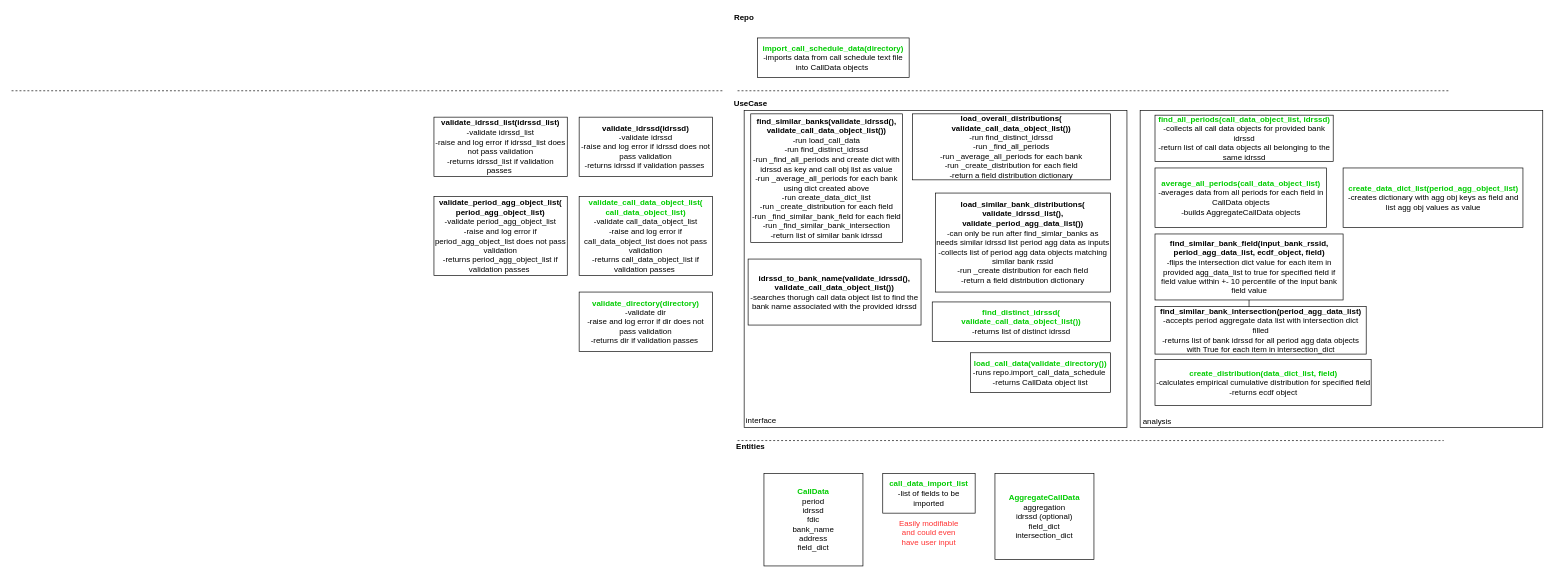
This is page "architecture" (1 of 5) of architecture/bank_like_x_architecture.drawio from JasonBrauer/banklikex, a draw.io file, before an edit. Source tidied: cells renumbered, new cells numbered last; positions are measured from the earlier drawing's top-left corner, leaving out a move shared by most shapes. Both pictures are drawn from the tidied source at 66%, with x=0, y=0 at pixel (11, 11).
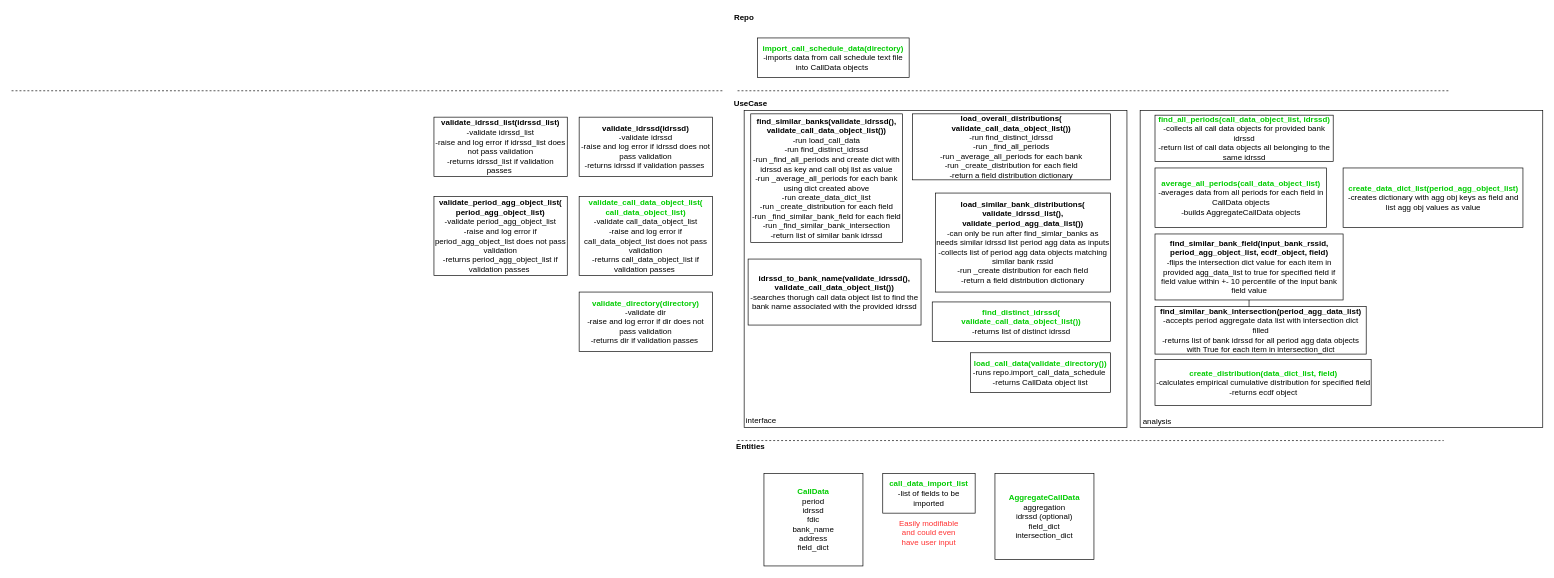
The same page after the edit.

Diff of the diagram source:
```diff
@@
-    <mxCell id="21" value="&lt;b&gt;find_similar_bank_field(input_bank_rssid, period_agg_data_list, ecdf_object, field)&lt;/b&gt;&lt;br&gt;-flips the intersection dict value for each item in provided agg_data_list to true for specified field if field value within +- 10 percentile of the input bank field value" style="rounded=0;whiteSpace=wrap;html=1;" parent="1" vertex="1">
+    <mxCell id="21" value="&lt;b&gt;find_similar_bank_field(input_bank_rssid, period_agg_object_list, ecdf_object, field)&lt;/b&gt;&lt;br&gt;-flips the intersection dict value for each item in provided agg_data_list to true for specified field if field value within +- 10 percentile of the input bank field value" style="rounded=0;whiteSpace=wrap;html=1;" parent="1" vertex="1">
       <mxGeometry x="1732.5" y="337" width="285" height="100" as="geometry" />
     </mxCell>
```
